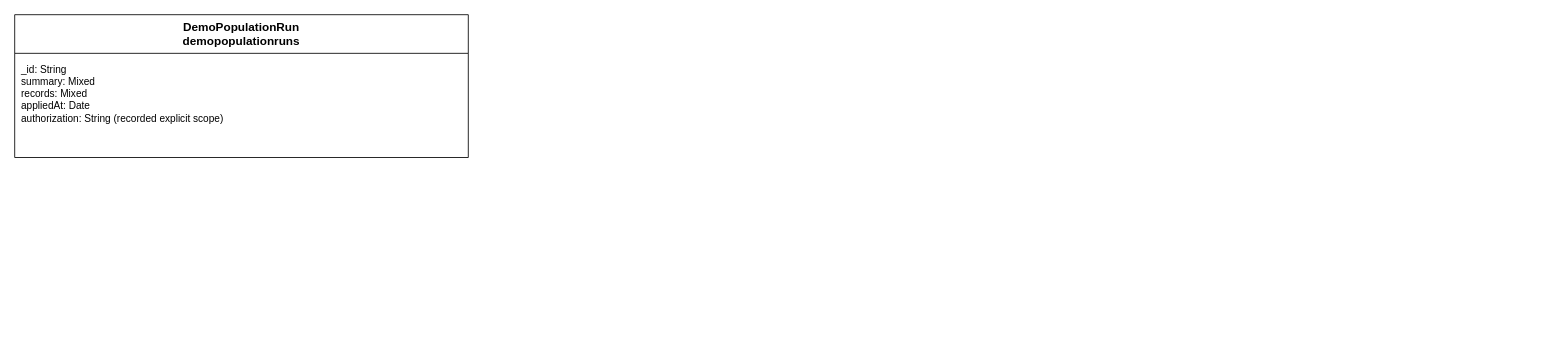
Above: page "18. demopopulationruns" (18 of 18) of doc/reports/report4/database/data-schema.drawio in ngocthanhhx7/SEP490_G101_FALL2026 (draw.io), before the change. Source tidied: cells renumbered, new cells numbered last; positions are measured from the earlier drawing's top-left corner, leaving out a move shared by most shapes. Both pictures are drawn from the tidied source at 84%, with x=0, y=0 at pixel (14, 14).
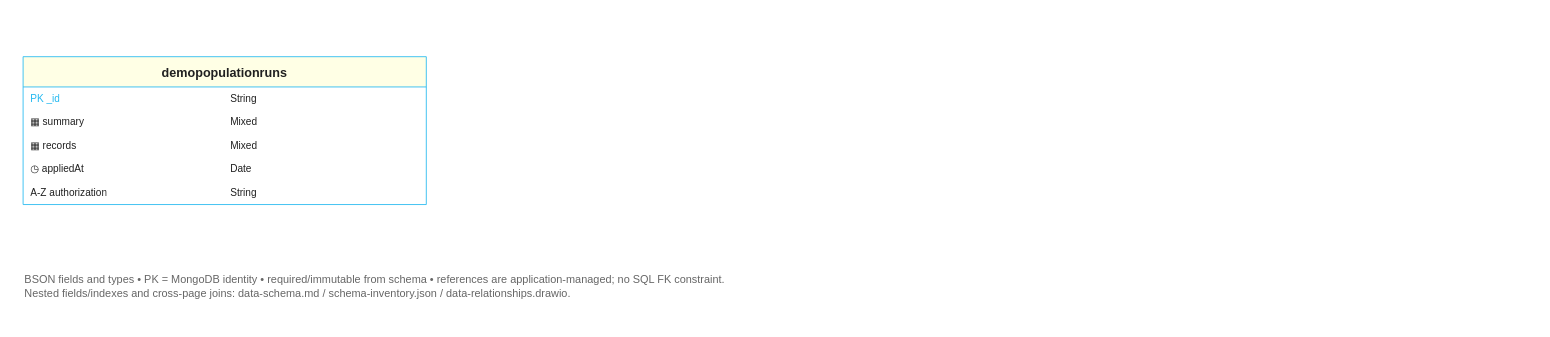
The same diagram, later.

Diff of the diagram source:
```diff
@@
-<mxGraphModel>
+<mxGraphModel background="#ffffff">
   <root>
     <mxCell id="0" />
     <mxCell id="1" parent="0" />
-    <mxCell id="2" value="DemoPopulationRun&#10;demopopulationruns" style="swimlane;startSize=46;horizontal=1;rounded=0;whiteSpace=wrap;html=0;fontSize=14;fillColor=#ffffff;strokeColor=#000000;" parent="1" vertex="1">
-      <mxGeometry width="540" height="170" as="geometry" />
-    </mxCell>
-    <mxCell id="3" value="_id: String&#10;summary: Mixed&#10;records: Mixed&#10;appliedAt: Date&#10;authorization: String (recorded explicit scope)" style="text;html=0;whiteSpace=wrap;align=left;verticalAlign=top;spacing=8;fontSize=12;" parent="2" vertex="1">
-      <mxGeometry y="46" width="540" height="124" as="geometry" />
-    </mxCell>
+    <mxCell id="4" value="demopopulationruns" style="swimlane;startSize=36;horizontal=1;rounded=0;html=0;fillColor=#FFFFE5;swimlaneFillColor=#ffffff;strokeColor=#22B8F0;fontColor=#202020;fontSize=15;fontStyle=1;align=center;" parent="1" vertex="1">
+      <mxGeometry x="10" y="50" width="480" height="176" as="geometry" />
+    </mxCell>
+    <mxCell id="5" value="PK _id" style="text;html=0;whiteSpace=wrap;overflow=hidden;align=left;verticalAlign=middle;fontSize=12;fontColor=#22B8F0;spacingLeft=7;strokeColor=none;" parent="4" vertex="1">
+      <mxGeometry y="36" width="240" height="28" as="geometry" />
+    </mxCell>
+    <mxCell id="6" value="String" style="text;html=0;whiteSpace=wrap;overflow=hidden;align=left;verticalAlign=middle;fontSize=12;fontColor=#202020;spacingLeft=5;strokeColor=none;" parent="4" vertex="1">
+      <mxGeometry x="240" y="36" width="240" height="28" as="geometry" />
+    </mxCell>
+    <mxCell id="7" value="▦ summary" style="text;html=0;whiteSpace=wrap;overflow=hidden;align=left;verticalAlign=middle;fontSize=12;fontColor=#202020;spacingLeft=7;strokeColor=none;" parent="4" vertex="1">
+      <mxGeometry y="64" width="240" height="28" as="geometry" />
+    </mxCell>
+    <mxCell id="8" value="Mixed" style="text;html=0;whiteSpace=wrap;overflow=hidden;align=left;verticalAlign=middle;fontSize=12;fontColor=#202020;spacingLeft=5;strokeColor=none;" parent="4" vertex="1">
+      <mxGeometry x="240" y="64" width="240" height="28" as="geometry" />
+    </mxCell>
+    <mxCell id="9" value="▦ records" style="text;html=0;whiteSpace=wrap;overflow=hidden;align=left;verticalAlign=middle;fontSize=12;fontColor=#202020;spacingLeft=7;strokeColor=none;" parent="4" vertex="1">
+      <mxGeometry y="92" width="240" height="28" as="geometry" />
+    </mxCell>
+    <mxCell id="10" value="Mixed" style="text;html=0;whiteSpace=wrap;overflow=hidden;align=left;verticalAlign=middle;fontSize=12;fontColor=#202020;spacingLeft=5;strokeColor=none;" parent="4" vertex="1">
+      <mxGeometry x="240" y="92" width="240" height="28" as="geometry" />
+    </mxCell>
+    <mxCell id="11" value="◷ appliedAt" style="text;html=0;whiteSpace=wrap;overflow=hidden;align=left;verticalAlign=middle;fontSize=12;fontColor=#202020;spacingLeft=7;strokeColor=none;" parent="4" vertex="1">
+      <mxGeometry y="120" width="240" height="28" as="geometry" />
+    </mxCell>
+    <mxCell id="12" value="Date" style="text;html=0;whiteSpace=wrap;overflow=hidden;align=left;verticalAlign=middle;fontSize=12;fontColor=#202020;spacingLeft=5;strokeColor=none;" parent="4" vertex="1">
+      <mxGeometry x="240" y="120" width="240" height="28" as="geometry" />
+    </mxCell>
+    <mxCell id="13" value="A-Z authorization" style="text;html=0;whiteSpace=wrap;overflow=hidden;align=left;verticalAlign=middle;fontSize=12;fontColor=#202020;spacingLeft=7;strokeColor=none;" parent="4" vertex="1">
+      <mxGeometry y="148" width="240" height="28" as="geometry" />
+    </mxCell>
+    <mxCell id="14" value="String" style="text;html=0;whiteSpace=wrap;overflow=hidden;align=left;verticalAlign=middle;fontSize=12;fontColor=#202020;spacingLeft=5;strokeColor=none;" parent="4" vertex="1">
+      <mxGeometry x="240" y="148" width="240" height="28" as="geometry" />
+    </mxCell>
+    <mxCell id="15" value="BSON fields and types • PK = MongoDB identity • required/immutable from schema • references are application-managed; no SQL FK constraint.&#10;Nested fields/indexes and cross-page joins: data-schema.md / schema-inventory.json / data-relationships.drawio." style="text;html=0;align=left;fontSize=13;fontColor=#666666;whiteSpace=wrap;" parent="1" vertex="1">
+      <mxGeometry x="10" y="301" width="1800" height="65" as="geometry" />
+    </mxCell>
   </root>
 </mxGraphModel>
```
